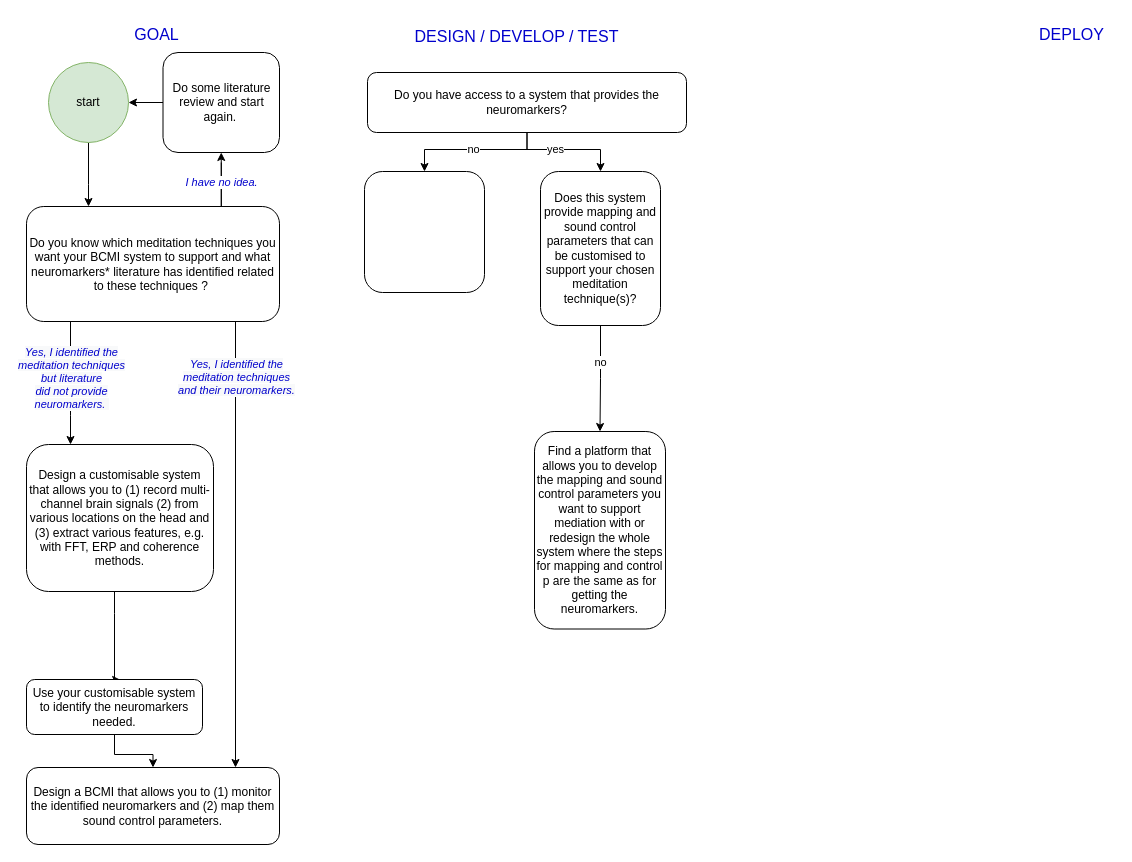
Above: bcmi-design-recommendations-flowchart.drawio in khofstadter/bcmi-flowchart (draw.io), before the change. Source tidied: cells renumbered, new cells numbered last; positions are measured from the earlier drawing's top-left corner, leaving out a move shared by most shapes. Both pictures are drawn from the tidied source at 100%, with x=0, y=0 at pixel (26, 17).
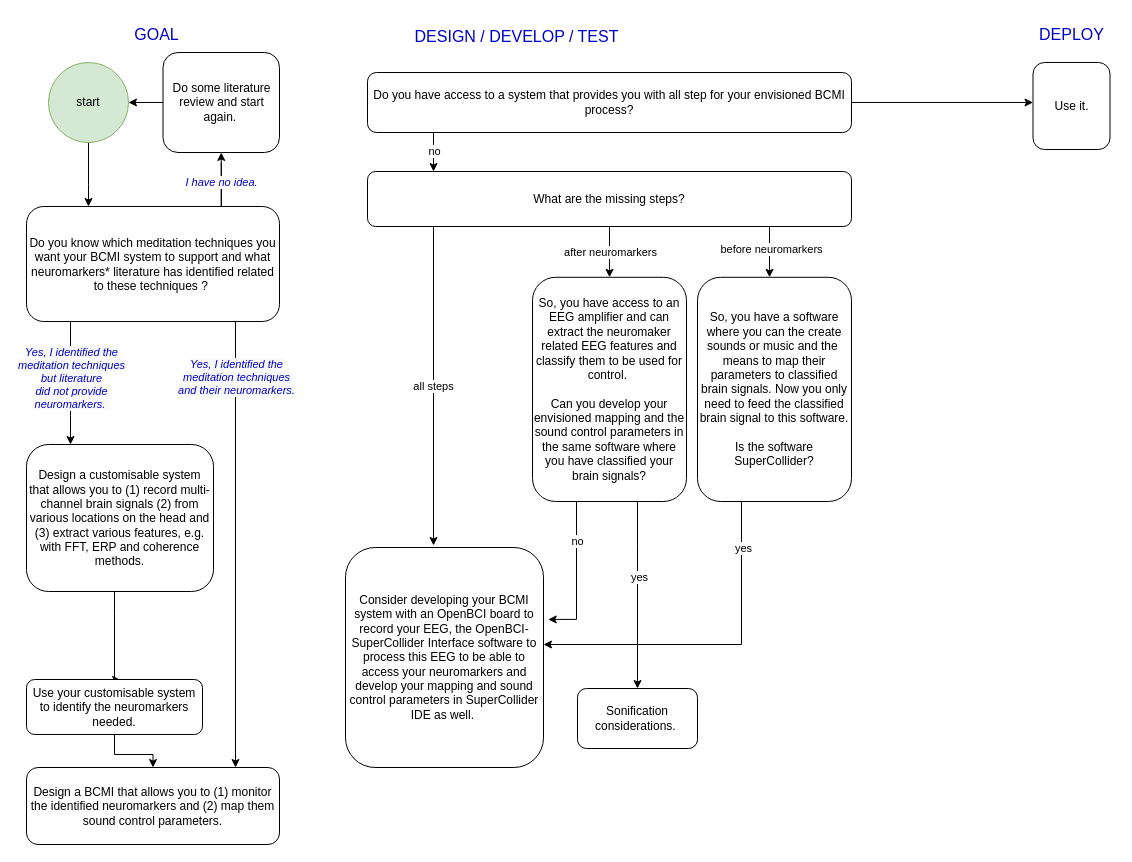
The same page after the edit.

What changed in the source:
```diff
@@
-    <mxCell id="22" value="no" style="edgeStyle=orthogonalEdgeStyle;rounded=0;jettySize=auto;html=1;entryX=0.5;entryY=0;entryDx=0;entryDy=0;" parent="1" edge="1" source="25" target="26">
+    <mxCell id="22" style="edgeStyle=orthogonalEdgeStyle;rounded=0;jettySize=auto;html=1;" parent="1" edge="1" source="25" target="26">
       <mxGeometry relative="1" as="geometry">
         <Array as="points">
-          <mxPoint x="500" y="132" />
-          <mxPoint x="398" y="132" />
+          <mxPoint x="407" y="121" />
+          <mxPoint x="407" y="121" />
         </Array>
       </mxGeometry>
     </mxCell>
-    <mxCell id="23" style="edgeStyle=orthogonalEdgeStyle;rounded=0;jettySize=auto;html=1;exitX=0.5;exitY=1;exitDx=0;exitDy=0;entryX=0.5;entryY=0;entryDx=0;entryDy=0;" parent="1" edge="1" source="25" target="30">
-      <mxGeometry relative="1" as="geometry">
-        <Array as="points">
-          <mxPoint x="501" y="132" />
-          <mxPoint x="574" y="132" />
-        </Array>
-      </mxGeometry>
-    </mxCell>
-    <mxCell id="24" value="yes" style="edgeLabel;html=1;align=center;verticalAlign=middle;" parent="23" vertex="1">
-      <mxGeometry x="-0.2" y="1" relative="1" as="geometry" />
-    </mxCell>
+    <mxCell id="31" value="no" style="edgeLabel;html=1;align=center;verticalAlign=middle;" parent="22" vertex="1">
+      <mxGeometry x="-0.08" relative="1" as="geometry" />
+    </mxCell>
+    <mxCell id="32" style="edgeStyle=orthogonalEdgeStyle;rounded=0;jettySize=auto;html=1;" parent="1" edge="1" source="25" target="38">
+      <mxGeometry relative="1" as="geometry">
+        <Array as="points">
+          <mxPoint x="781" y="88" />
+          <mxPoint x="781" y="88" />
+        </Array>
+      </mxGeometry>
+    </mxCell>
-    <mxCell id="25" value="Do you have access to a system that provides the neuromarkers?" style="rounded=1;whiteSpace=wrap;html=1;" parent="1" vertex="1">
-      <mxGeometry x="341" y="55" width="319" height="60" as="geometry" />
+    <mxCell id="25" value="Do you have access to a system that provides you with all step for your envisioned BCMI process?" style="rounded=1;whiteSpace=wrap;html=1;" parent="1" vertex="1">
+      <mxGeometry x="341" y="55" width="484" height="60" as="geometry" />
     </mxCell>
+    <mxCell id="33" value="all steps" style="edgeStyle=orthogonalEdgeStyle;rounded=0;jettySize=auto;html=1;" parent="1" edge="1" source="26">
+      <mxGeometry relative="1" as="geometry">
+        <mxPoint x="407" y="528" as="targetPoint" />
+        <Array as="points">
+          <mxPoint x="407" y="517" />
+        </Array>
+      </mxGeometry>
+    </mxCell>
+    <mxCell id="34" style="edgeStyle=orthogonalEdgeStyle;rounded=0;jettySize=auto;html=1;" parent="1" edge="1" source="26" target="44">
+      <mxGeometry relative="1" as="geometry" />
+    </mxCell>
+    <mxCell id="35" value="after neuromarkers" style="edgeLabel;html=1;align=center;verticalAlign=middle;" parent="34" vertex="1">
+      <mxGeometry relative="1" as="geometry" />
+    </mxCell>
+    <mxCell id="36" style="edgeStyle=orthogonalEdgeStyle;rounded=0;jettySize=auto;html=1;" parent="1" edge="1" source="26" target="47">
+      <mxGeometry relative="1" as="geometry">
+        <Array as="points">
+          <mxPoint x="743" y="220" />
+          <mxPoint x="743" y="220" />
+        </Array>
+      </mxGeometry>
+    </mxCell>
+    <mxCell id="37" value="before neuromarkers" style="edgeLabel;html=1;align=center;verticalAlign=middle;" parent="36" vertex="1">
+      <mxGeometry x="-0.13" y="1" relative="1" as="geometry" />
+    </mxCell>
-    <mxCell id="26" style="rounded=1;whiteSpace=wrap;html=1;" parent="1" vertex="1">
-      <mxGeometry x="338" y="154" width="120" height="121" as="geometry" />
+    <mxCell id="26" value="What are the missing steps?" style="rounded=1;whiteSpace=wrap;html=1;" parent="1" vertex="1">
+      <mxGeometry x="341" y="154" width="484" height="55" as="geometry" />
     </mxCell>
-    <mxCell id="27" style="edgeStyle=orthogonalEdgeStyle;rounded=0;jettySize=auto;html=1;exitX=0.5;exitY=1;exitDx=0;exitDy=0;" parent="1" edge="1" source="30" target="29">
-      <mxGeometry relative="1" as="geometry" />
-    </mxCell>
-    <mxCell id="28" value="no" style="edgeLabel;html=1;align=center;verticalAlign=middle;" parent="27" vertex="1">
-      <mxGeometry x="-0.32" y="-1" relative="1" as="geometry" />
-    </mxCell>
-    <mxCell id="29" value="Find a platform that allows you to develop the mapping and sound control parameters you want to support mediation with or redesign the whole system where the steps for mapping and control p are the same as for getting the neuromarkers." style="rounded=1;whiteSpace=wrap;html=1;" parent="1" vertex="1">
-      <mxGeometry x="508" y="414" width="131" height="197.5" as="geometry" />
-    </mxCell>
-    <mxCell id="30" value="Does this system provide mapping and sound control parameters that can be customised to support your chosen meditation technique(s)?" style="rounded=1;whiteSpace=wrap;html=1;" parent="1" vertex="1">
-      <mxGeometry x="514" y="154" width="120" height="154" as="geometry" />
-    </mxCell>
+    <mxCell id="38" value="Use it." style="rounded=1;whiteSpace=wrap;html=1;" parent="1" vertex="1">
+      <mxGeometry x="1006.5" y="45" width="77" height="87" as="geometry" />
+    </mxCell>
+    <mxCell id="39" value="Consider developing your BCMI system with an OpenBCI board to record your EEG, the OpenBCI-SuperCollider Interface software to process this EEG to be able to access your neuromarkers and develop your mapping and sound control parameters in SuperCollider IDE as well.&amp;nbsp;" style="rounded=1;whiteSpace=wrap;html=1;" parent="1" vertex="1">
+      <mxGeometry x="319" y="530" width="198" height="220" as="geometry" />
+    </mxCell>
+    <mxCell id="40" style="edgeStyle=orthogonalEdgeStyle;rounded=0;jettySize=auto;html=1;entryX=1.024;entryY=0.327;entryDx=0;entryDy=0;entryPerimeter=0;" parent="1" edge="1" source="44" target="39">
+      <mxGeometry relative="1" as="geometry">
+        <Array as="points">
+          <mxPoint x="550" y="602" />
+        </Array>
+      </mxGeometry>
+    </mxCell>
+    <mxCell id="41" value="no" style="edgeLabel;html=1;align=center;verticalAlign=middle;" parent="40" vertex="1">
+      <mxGeometry x="-0.46" relative="1" as="geometry" />
+    </mxCell>
+    <mxCell id="42" style="edgeStyle=orthogonalEdgeStyle;rounded=0;jettySize=auto;html=1;" parent="1" edge="1" source="44" target="48">
+      <mxGeometry relative="1" as="geometry">
+        <Array as="points">
+          <mxPoint x="611" y="528" />
+          <mxPoint x="611" y="528" />
+        </Array>
+      </mxGeometry>
+    </mxCell>
+    <mxCell id="43" value="yes" style="edgeLabel;html=1;align=center;verticalAlign=middle;" parent="42" vertex="1">
+      <mxGeometry x="-0.21" y="1" relative="1" as="geometry">
+        <mxPoint y="1" as="offset" />
+      </mxGeometry>
+    </mxCell>
+    <mxCell id="44" value="So, you have access to an EEG amplifier and can extract the neuromaker related EEG features and classify them to be used for control.&amp;nbsp;&lt;br&gt;&lt;br&gt;Can you develop your envisioned mapping and the sound control parameters in the same software where you have classified your brain signals?" style="rounded=1;whiteSpace=wrap;html=1;" parent="1" vertex="1">
+      <mxGeometry x="506" y="259.8" width="154" height="224.2" as="geometry" />
+    </mxCell>
+    <mxCell id="45" style="edgeStyle=orthogonalEdgeStyle;rounded=0;jettySize=auto;html=1;" parent="1" edge="1" source="47">
+      <mxGeometry relative="1" as="geometry">
+        <mxPoint x="517" y="627" as="targetPoint" />
+        <Array as="points">
+          <mxPoint x="715" y="627" />
+          <mxPoint x="528" y="627" />
+        </Array>
+      </mxGeometry>
+    </mxCell>
+    <mxCell id="46" value="yes" style="edgeLabel;html=1;align=center;verticalAlign=middle;" parent="45" vertex="1">
+      <mxGeometry x="-0.73" y="1" relative="1" as="geometry" />
+    </mxCell>
+    <mxCell id="47" value="So, you have a software where you can the create sounds or music and the&amp;nbsp; means to map their parameters to classified brain signals. Now you only need to feed the classified brain signal to this software.&lt;br&gt;&lt;br&gt;Is the software SuperCollider?" style="rounded=1;whiteSpace=wrap;html=1;" parent="1" vertex="1">
+      <mxGeometry x="671" y="259.8" width="154" height="224.2" as="geometry" />
+    </mxCell>
+    <mxCell id="48" value="Sonification considerations.&amp;nbsp;" style="rounded=1;whiteSpace=wrap;html=1;" parent="1" vertex="1">
+      <mxGeometry x="551" y="671" width="120" height="60" as="geometry" />
+    </mxCell>
```
